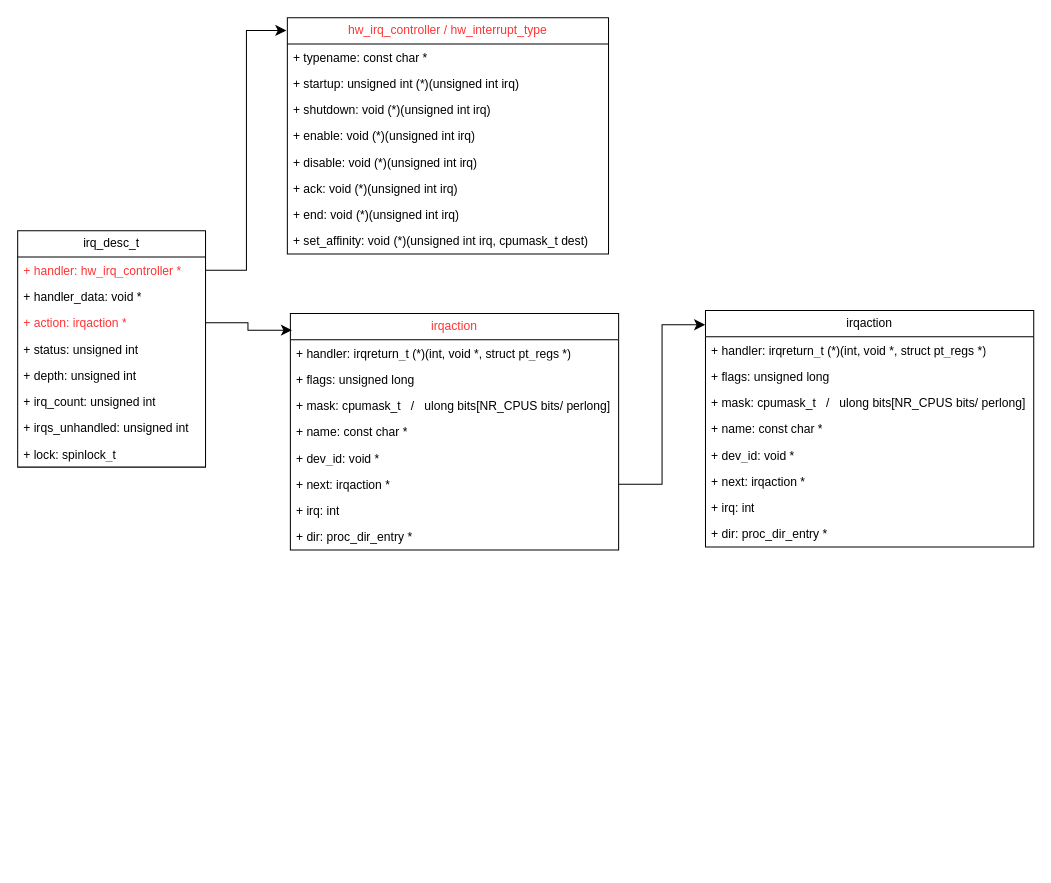
Chouly/my-games keeps this draw.io diagram as page "interrupt" (1 of 5) of utlk.drawio. Above is the earlier version. Source tidied: cells renumbered, new cells numbered last; positions are measured from the earlier drawing's top-left corner, leaving out a move shared by most shapes. Both pictures are drawn from the tidied source at 101%, with x=0, y=0 at pixel (17, 17).
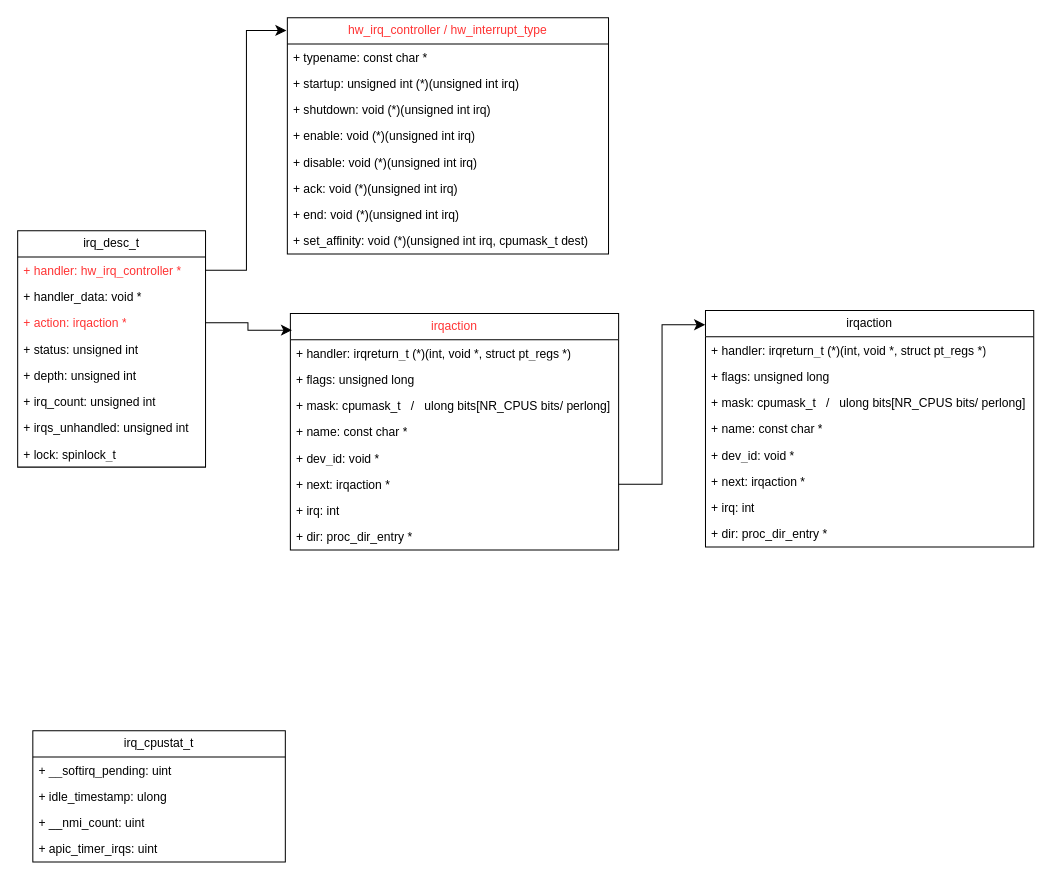
After the change.

Change to the diagram source:
```diff
@@
+    <mxCell id="41" value="irq_cpustat_t" style="swimlane;fontStyle=0;horizontal=1;startSize=26;fillColor=none;whiteSpace=wrap;html=1;" parent="1" vertex="1">
+      <mxGeometry x="15" y="706" width="250" height="130" as="geometry" />
+    </mxCell>
+    <mxCell id="42" value="+ __softirq_pending: uint" style="text;strokeColor=none;fillColor=none;align=left;verticalAlign=top;spacingLeft=4;spacingRight=4;overflow=hidden;whiteSpace=wrap;html=1;" parent="41" vertex="1">
+      <mxGeometry y="26" width="250" height="26" as="geometry" />
+    </mxCell>
+    <mxCell id="43" value="+ idle_timestamp: ulong" style="text;strokeColor=none;fillColor=none;align=left;verticalAlign=top;spacingLeft=4;spacingRight=4;overflow=hidden;whiteSpace=wrap;html=1;" parent="41" vertex="1">
+      <mxGeometry y="52" width="250" height="26" as="geometry" />
+    </mxCell>
+    <mxCell id="44" value="+ __nmi_count: uint" style="text;strokeColor=none;fillColor=none;align=left;verticalAlign=top;spacingLeft=4;spacingRight=4;overflow=hidden;whiteSpace=wrap;html=1;" parent="41" vertex="1">
+      <mxGeometry y="78" width="250" height="26" as="geometry" />
+    </mxCell>
+    <mxCell id="45" value="+ apic_timer_irqs: uint" style="text;strokeColor=none;fillColor=none;align=left;verticalAlign=top;spacingLeft=4;spacingRight=4;overflow=hidden;whiteSpace=wrap;html=1;" parent="41" vertex="1">
+      <mxGeometry y="104" width="250" height="26" as="geometry" />
+    </mxCell>
```
